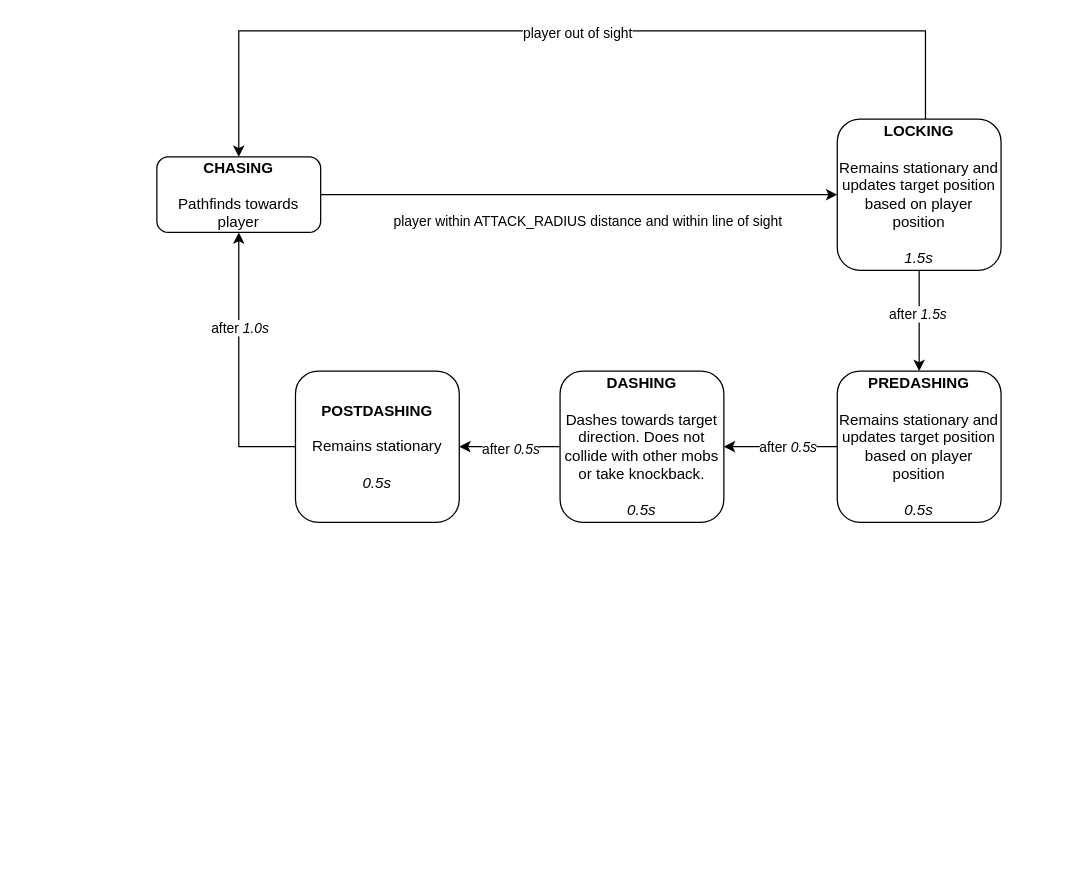
Before: scenes/game_object/exam_paper/exam_paper_states.drawio in LimZiJia/SurviveTheSemester, a draw.io diagram. Source tidied: cells renumbered, new cells numbered last; positions are measured from the earlier drawing's top-left corner, leaving out a move shared by most shapes. Both pictures are drawn from the tidied source at 126%, with x=0, y=0 at pixel (156, 30).
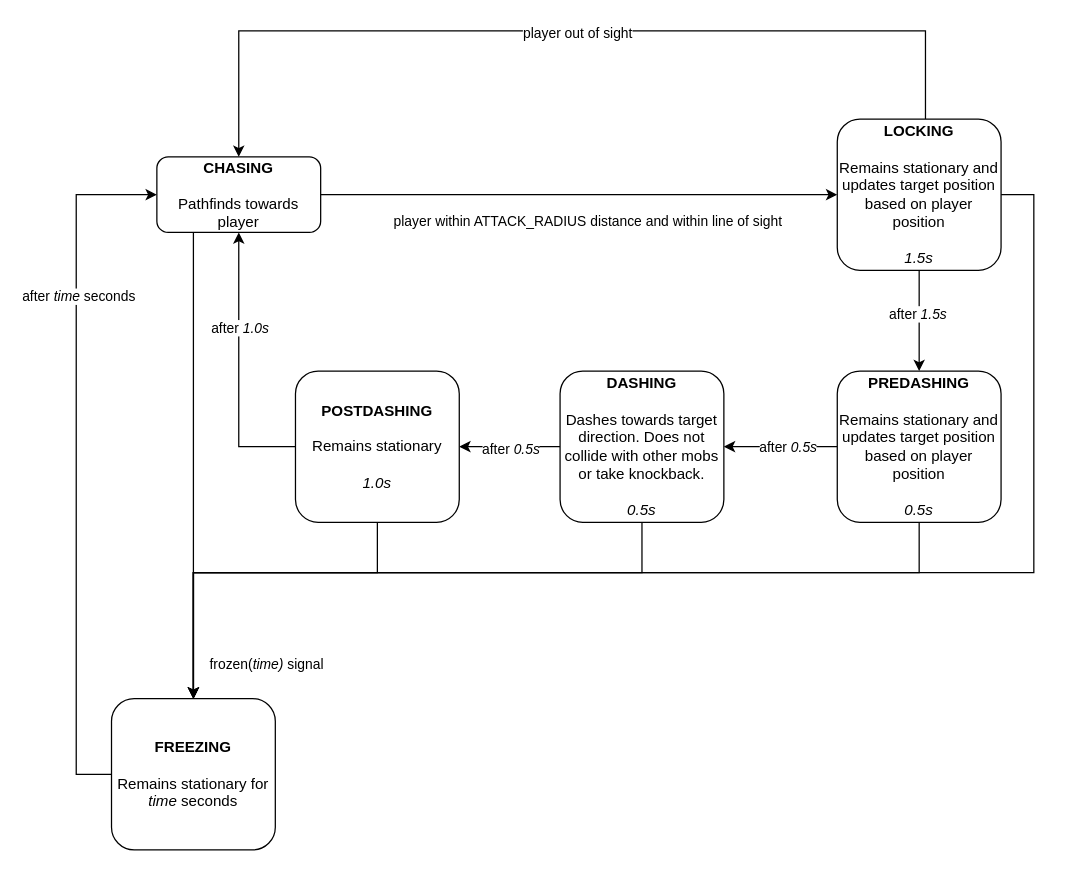
After the change.

Commit message (it also covers changes not shown here):
Exam paper is now freezable

Unchanged cells that the change refers to:
```xml
<mxCell id="4" value="&lt;b&gt;CHASING&lt;/b&gt;&lt;br&gt;&lt;br&gt;Pathfinds towards player" style="rounded=1;whiteSpace=wrap;html=1;fontSize=12;glass=0;strokeWidth=1;shadow=0;" parent="1" vertex="1">
  <mxGeometry y="100" width="130" height="60" as="geometry" />
</mxCell>
<mxCell id="9" value="&lt;b&gt;LOCKING&lt;/b&gt;&lt;br&gt;&lt;br&gt;Remains stationary and updates target position based on player position&lt;br&gt;&lt;br&gt;&lt;i&gt;1.5s&lt;/i&gt;" style="rounded=1;whiteSpace=wrap;html=1;fontSize=12;glass=0;strokeWidth=1;shadow=0;" parent="1" vertex="1">
  <mxGeometry x="540" y="70" width="130" height="120" as="geometry" />
</mxCell>
<mxCell id="12" value="&lt;b&gt;PREDASHING&lt;/b&gt;&lt;br&gt;&lt;br&gt;Remains stationary and updates target position based on player position&lt;br&gt;&lt;br&gt;&lt;i&gt;0.5s&lt;/i&gt;" style="rounded=1;whiteSpace=wrap;html=1;fontSize=12;glass=0;strokeWidth=1;shadow=0;" parent="1" vertex="1">
  <mxGeometry x="540" y="270" width="130" height="120" as="geometry" />
</mxCell>
<mxCell id="15" value="&lt;b&gt;DASHING&lt;/b&gt;&lt;br&gt;&lt;br&gt;Dashes towards target direction. Does not collide with other mobs or take knockback.&lt;br&gt;&lt;br&gt;&lt;i&gt;0.5s&lt;/i&gt;" style="rounded=1;whiteSpace=wrap;html=1;fontSize=12;glass=0;strokeWidth=1;shadow=0;" parent="1" vertex="1">
  <mxGeometry x="320" y="270" width="130" height="120" as="geometry" />
</mxCell>
```

What changed in the source:
```diff
@@
+    <mxCell id="19" style="edgeStyle=orthogonalEdgeStyle;rounded=0;jettySize=auto;html=1;" parent="1" edge="1" source="4" target="27">
+      <mxGeometry relative="1" as="geometry">
+        <Array as="points">
+          <mxPoint x="29" y="320" />
+          <mxPoint x="29" y="320" />
+        </Array>
+      </mxGeometry>
+    </mxCell>
+    <mxCell id="20" value="frozen(&lt;i&gt;time)&lt;/i&gt;&amp;nbsp;signal" style="edgeLabel;html=1;align=center;verticalAlign=middle;" parent="19" vertex="1">
+      <mxGeometry x="0.79" y="-3" relative="1" as="geometry">
+        <mxPoint x="60" y="11" as="offset" />
+      </mxGeometry>
+    </mxCell>
@@
+    <mxCell id="21" style="edgeStyle=orthogonalEdgeStyle;rounded=0;jettySize=auto;html=1;entryX=0.5;entryY=0;entryDx=0;entryDy=0;" parent="1" edge="1" source="9" target="27">
+      <mxGeometry relative="1" as="geometry">
+        <Array as="points">
+          <mxPoint x="696" y="130" />
+          <mxPoint x="696" y="430" />
+          <mxPoint x="29" y="430" />
+        </Array>
+      </mxGeometry>
+    </mxCell>
@@
+    <mxCell id="22" style="edgeStyle=orthogonalEdgeStyle;rounded=0;jettySize=auto;html=1;entryX=0.5;entryY=0;entryDx=0;entryDy=0;" parent="1" edge="1" source="12" target="27">
+      <mxGeometry relative="1" as="geometry">
+        <Array as="points">
+          <mxPoint x="605" y="430" />
+          <mxPoint x="29" y="430" />
+        </Array>
+      </mxGeometry>
+    </mxCell>
@@
+    <mxCell id="23" style="edgeStyle=orthogonalEdgeStyle;rounded=0;jettySize=auto;html=1;entryX=0.5;entryY=0;entryDx=0;entryDy=0;" parent="1" edge="1" source="15" target="27">
+      <mxGeometry relative="1" as="geometry">
+        <Array as="points">
+          <mxPoint x="385" y="430" />
+          <mxPoint x="29" y="430" />
+        </Array>
+      </mxGeometry>
+    </mxCell>
@@
+    <mxCell id="24" style="edgeStyle=orthogonalEdgeStyle;rounded=0;jettySize=auto;html=1;entryX=0.5;entryY=0;entryDx=0;entryDy=0;" parent="1" edge="1" source="18" target="27">
+      <mxGeometry relative="1" as="geometry">
+        <Array as="points">
+          <mxPoint x="175" y="430" />
+          <mxPoint x="29" y="430" />
+        </Array>
+      </mxGeometry>
+    </mxCell>
-    <mxCell id="18" value="&lt;b&gt;POSTDASHING&lt;/b&gt;&lt;br&gt;&lt;br&gt;Remains stationary&lt;br&gt;&lt;br&gt;&lt;i&gt;0.5s&lt;/i&gt;" style="rounded=1;whiteSpace=wrap;html=1;fontSize=12;glass=0;strokeWidth=1;shadow=0;" parent="1" vertex="1">
+    <mxCell id="18" value="&lt;b&gt;POSTDASHING&lt;/b&gt;&lt;br&gt;&lt;br&gt;Remains stationary&lt;br&gt;&lt;br&gt;&lt;i&gt;1.0s&lt;/i&gt;" style="rounded=1;whiteSpace=wrap;html=1;fontSize=12;glass=0;strokeWidth=1;shadow=0;" parent="1" vertex="1">
       <mxGeometry x="110" y="270" width="130" height="120" as="geometry" />
     </mxCell>
+    <mxCell id="25" style="edgeStyle=orthogonalEdgeStyle;rounded=0;jettySize=auto;html=1;exitX=0;exitY=0.5;exitDx=0;exitDy=0;" parent="1" edge="1" source="27" target="4">
+      <mxGeometry relative="1" as="geometry">
+        <Array as="points">
+          <mxPoint x="-64" y="590" />
+          <mxPoint x="-64" y="130" />
+        </Array>
+      </mxGeometry>
+    </mxCell>
+    <mxCell id="26" value="after &lt;i&gt;time&lt;/i&gt;&amp;nbsp;seconds" style="edgeLabel;html=1;align=center;verticalAlign=middle;" parent="25" vertex="1">
+      <mxGeometry x="0.48" y="-1" relative="1" as="geometry" />
+    </mxCell>
+    <mxCell id="27" value="&lt;b&gt;FREEZING&lt;/b&gt;&lt;br&gt;&lt;br&gt;Remains stationary for &lt;i&gt;time&lt;/i&gt;&amp;nbsp;seconds" style="rounded=1;whiteSpace=wrap;html=1;fontSize=12;glass=0;strokeWidth=1;shadow=0;" parent="1" vertex="1">
+      <mxGeometry x="-36" y="530" width="130" height="120" as="geometry" />
+    </mxCell>
```
